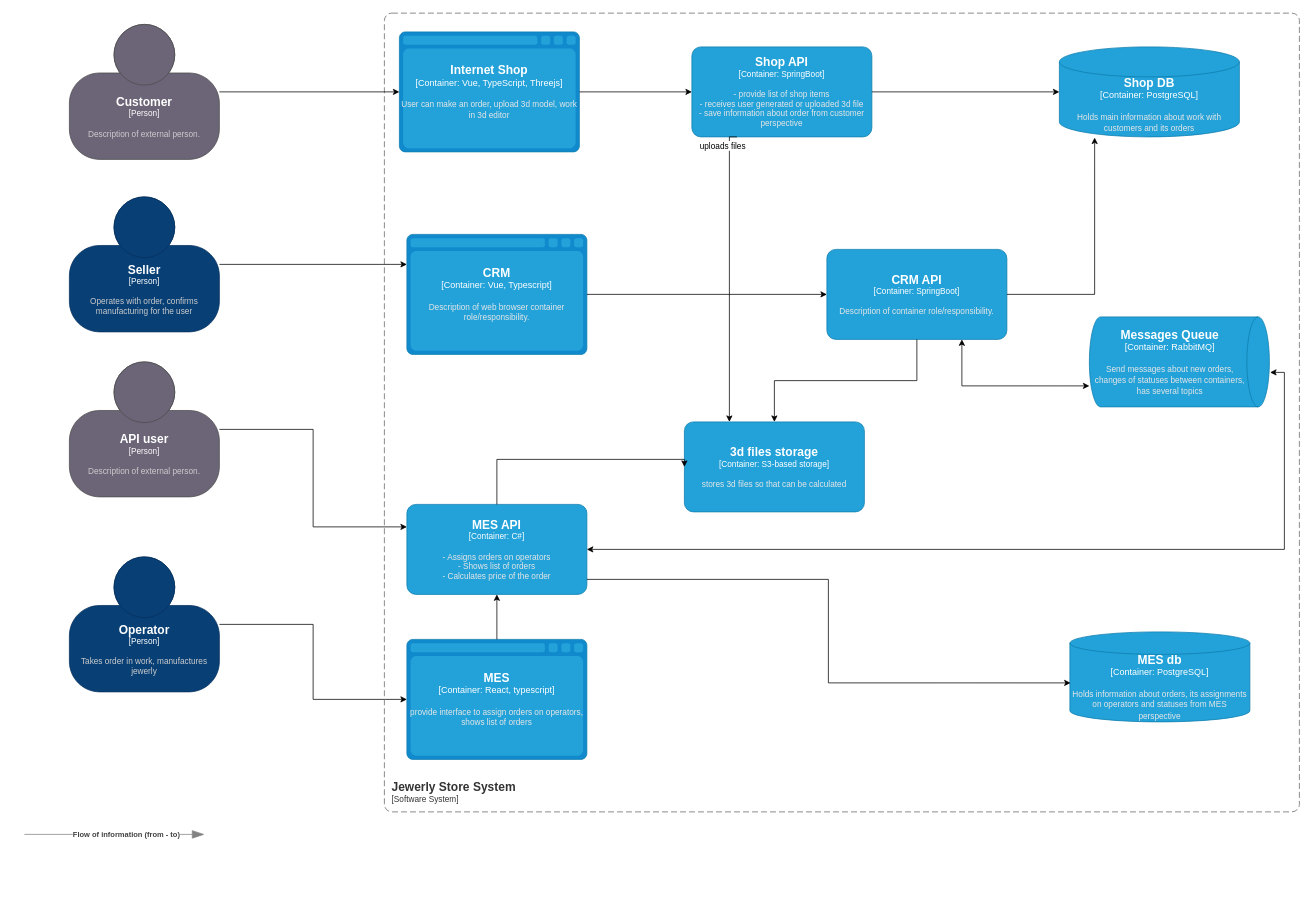
Earlier version of the draw.io diagram Task3/jewerly_c4_model.drawio (OlgaLotka/architecture-pro-alexandrite). Source tidied: cells renumbered, new cells numbered last; positions are measured from the earlier drawing's top-left corner, leaving out a move shared by most shapes. Both pictures are drawn from the tidied source at 75%, with x=0, y=0 at pixel (24, 13).
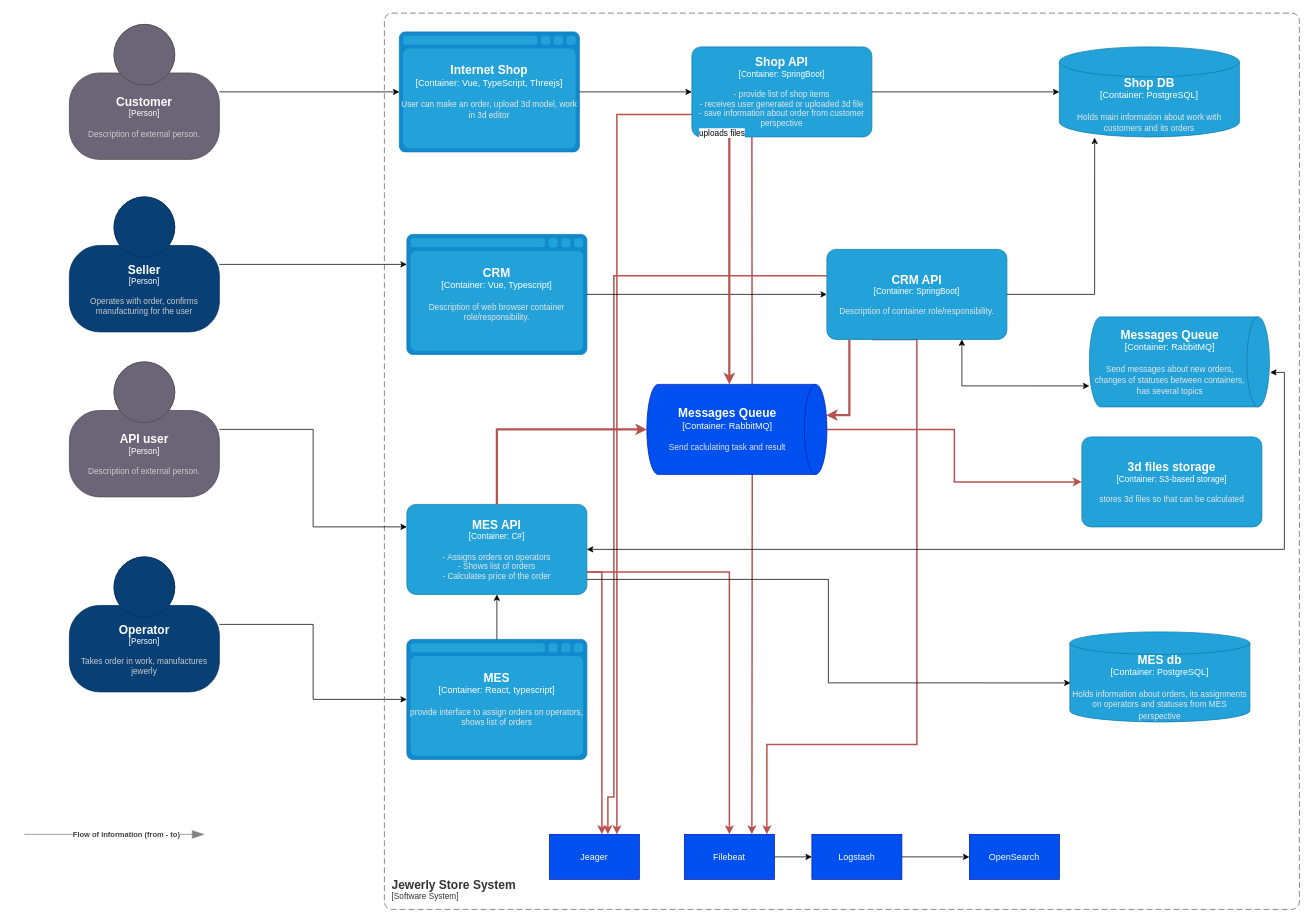
Above is the later version.

The change refers to these unchanged cells:
```xml
<object id="2" label="&lt;font style=&quot;font-size: 16px&quot;&gt;&lt;b&gt;%c4Name%&lt;/b&gt;&lt;/font&gt;&lt;div&gt;[%c4Type%: %c4Technology%]&lt;/div&gt;&lt;br&gt;&lt;div&gt;&lt;font style=&quot;font-size: 11px&quot;&gt;&lt;font color=&quot;#E6E6E6&quot;&gt;%c4Description%&lt;/font&gt;&lt;/div&gt;" c4Description="- Assigns orders on operators&#10;- Shows list of orders&#10;- Calculates price of the order" c4Name="MES API" c4Technology="C#" c4Type="Container" placeholders="1">
  <mxCell style="rounded=1;whiteSpace=wrap;html=1;fontSize=11;labelBackgroundColor=none;fillColor=#23A2D9;fontColor=#ffffff;align=center;arcSize=10;strokeColor=#0E7DAD;points=[[0.25,0,0],[0.5,0,0],[0.75,0,0],[1,0.25,0],[1,0.5,0],[1,0.75,0],[0.75,1,0],[0.5,1,0],[0.25,1,0],[0,0.75,0],[0,0.5,0],[0,0.25,0]];" parent="1" vertex="1">
    <mxGeometry x="510" y="655" width="240" height="120" as="geometry" />
  </mxCell>
</object>
<object id="10" label="&lt;font style=&quot;font-size: 16px&quot;&gt;&lt;b&gt;%c4Name%&lt;/b&gt;&lt;/font&gt;&lt;div&gt;[%c4Type%: %c4Technology%]&lt;/div&gt;&lt;br&gt;&lt;div&gt;&lt;font style=&quot;font-size: 11px&quot;&gt;&lt;font color=&quot;#E6E6E6&quot;&gt;%c4Description%&lt;/font&gt;&lt;/div&gt;" c4Description="- provide list of shop items&#10;- receives user generated or uploaded 3d file&#10;- save information about order from customer perspective&#10;" c4Name="Shop API" c4Technology="SpringBoot" c4Type="Container" placeholders="1">
  <mxCell style="rounded=1;whiteSpace=wrap;html=1;fontSize=11;labelBackgroundColor=none;fillColor=#23A2D9;fontColor=#ffffff;align=center;arcSize=10;strokeColor=#0E7DAD;points=[[0.25,0,0],[0.5,0,0],[0.75,0,0],[1,0.25,0],[1,0.5,0],[1,0.75,0],[0.75,1,0],[0.5,1,0],[0.25,1,0],[0,0.75,0],[0,0.5,0],[0,0.25,0]];" parent="1" vertex="1">
    <mxGeometry x="890" y="45" width="240" height="120" as="geometry" />
  </mxCell>
</object>
<object id="12" label="&lt;font style=&quot;font-size: 16px&quot;&gt;&lt;b&gt;%c4Name%&lt;/b&gt;&lt;/font&gt;&lt;div&gt;[%c4Type%: %c4Technology%]&lt;/div&gt;&lt;br&gt;&lt;div&gt;&lt;font style=&quot;font-size: 11px&quot;&gt;&lt;font color=&quot;#E6E6E6&quot;&gt;%c4Description%&lt;/font&gt;&lt;/div&gt;" c4Description="Description of container role/responsibility." c4Name="CRM API" c4Technology="SpringBoot" c4Type="Container" placeholders="1">
  <mxCell style="rounded=1;whiteSpace=wrap;html=1;fontSize=11;labelBackgroundColor=none;fillColor=#23A2D9;fontColor=#ffffff;align=center;arcSize=10;strokeColor=#0E7DAD;points=[[0.25,0,0],[0.5,0,0],[0.75,0,0],[1,0.25,0],[1,0.5,0],[1,0.75,0],[0.75,1,0],[0.5,1,0],[0.25,1,0],[0,0.75,0],[0,0.5,0],[0,0.25,0]];" parent="1" vertex="1">
    <mxGeometry x="1070" y="315" width="240" height="120" as="geometry" />
  </mxCell>
</object>
```

Change to the diagram source:
```diff
@@
+    <mxCell id="34" style="edgeStyle=orthogonalEdgeStyle;rounded=0;jettySize=auto;html=1;exitX=1;exitY=0.75;exitDx=0;exitDy=0;exitPerimeter=0;entryX=0.5;entryY=0;entryDx=0;entryDy=0;fillColor=#f8cecc;strokeColor=#b85450;strokeWidth=2;" parent="1" edge="1" source="2" target="44">
+      <mxGeometry relative="1" as="geometry" />
+    </mxCell>
+    <mxCell id="35" style="edgeStyle=orthogonalEdgeStyle;rounded=0;jettySize=auto;html=1;exitX=1;exitY=0.75;exitDx=0;exitDy=0;exitPerimeter=0;fillColor=#f8cecc;strokeColor=#b85450;strokeWidth=2;" parent="1" edge="1" source="2" target="47">
+      <mxGeometry relative="1" as="geometry">
+        <Array as="points">
+          <mxPoint x="770" y="745" />
+        </Array>
+      </mxGeometry>
+    </mxCell>
@@
+    <mxCell id="36" style="edgeStyle=orthogonalEdgeStyle;rounded=0;jettySize=auto;html=1;entryX=0.75;entryY=0;entryDx=0;entryDy=0;fillColor=#f8cecc;strokeColor=#b85450;strokeWidth=2;" parent="1" edge="1" target="44">
+      <mxGeometry relative="1" as="geometry">
+        <mxPoint x="970" y="162" as="sourcePoint" />
+      </mxGeometry>
+    </mxCell>
+    <mxCell id="37" style="edgeStyle=orthogonalEdgeStyle;rounded=0;jettySize=auto;html=1;exitX=0;exitY=0.75;exitDx=0;exitDy=0;exitPerimeter=0;entryX=0.75;entryY=0;entryDx=0;entryDy=0;fillColor=#f8cecc;strokeColor=#b85450;strokeWidth=2;" parent="1" edge="1" source="10" target="47">
+      <mxGeometry relative="1" as="geometry" />
+    </mxCell>
@@
+    <mxCell id="38" style="edgeStyle=orthogonalEdgeStyle;rounded=0;jettySize=auto;html=1;exitX=0.25;exitY=1;exitDx=0;exitDy=0;exitPerimeter=0;fillColor=#f8cecc;strokeColor=#b85450;strokeWidth=2;" parent="1" edge="1" source="12">
+      <mxGeometry relative="1" as="geometry">
+        <mxPoint x="990" y="1095" as="targetPoint" />
+        <Array as="points">
+          <mxPoint x="1190" y="435" />
+          <mxPoint x="1190" y="975" />
+          <mxPoint x="990" y="975" />
+        </Array>
+      </mxGeometry>
+    </mxCell>
+    <mxCell id="39" style="edgeStyle=orthogonalEdgeStyle;rounded=0;jettySize=auto;html=1;exitX=0;exitY=0.25;exitDx=0;exitDy=0;exitPerimeter=0;fillColor=#f8cecc;strokeColor=#b85450;strokeWidth=2;entryX=0.65;entryY=0;entryDx=0;entryDy=0;entryPerimeter=0;" parent="1" edge="1" target="47">
+      <mxGeometry relative="1" as="geometry">
+        <mxPoint x="1094.5" y="350" as="sourcePoint" />
+        <Array as="points">
+          <mxPoint x="786" y="350" />
+          <mxPoint x="786" y="1045" />
+          <mxPoint x="778" y="1045" />
+        </Array>
+      </mxGeometry>
+    </mxCell>
@@
     <object id="20" label="&lt;font style=&quot;font-size: 16px&quot;&gt;&lt;b&gt;&lt;div style=&quot;text-align: left&quot;&gt;%c4Name%&lt;/div&gt;&lt;/b&gt;&lt;/font&gt;&lt;div style=&quot;text-align: left&quot;&gt;[%c4Application%]&lt;/div&gt;" c4Application="Software System" c4Name="Jewerly Store System" placeholders="1">
       <mxCell style="rounded=1;fontSize=11;whiteSpace=wrap;html=1;dashed=1;arcSize=20;fillColor=none;strokeColor=#666666;fontColor=#333333;labelBackgroundColor=none;align=left;verticalAlign=bottom;labelBorderColor=none;spacingTop=0;spacing=10;dashPattern=8 4;perimeter=rectanglePerimeter;noLabel=0;labelPadding=0;absoluteArcSize=1;" parent="1" vertex="1">
-        <mxGeometry x="480" width="1220" height="1065" as="geometry" />
+        <mxGeometry x="480" width="1220" height="1195" as="geometry" />
       </mxCell>
     </object>
@@
-    <mxCell id="24" style="edgeStyle=orthogonalEdgeStyle;rounded=0;jettySize=auto;html=1;startArrow=classic;startFill=1;endArrow=none;endFill=0;" parent="1" edge="1" source="25" target="12">
-      <mxGeometry relative="1" as="geometry" />
+    <mxCell id="24" style="edgeStyle=orthogonalEdgeStyle;rounded=0;jettySize=auto;html=1;startArrow=classic;startFill=1;endArrow=none;endFill=0;exitX=0.342;exitY=0.004;exitDx=0;exitDy=0;exitPerimeter=0;fillColor=#f8cecc;strokeColor=#b85450;strokeWidth=3;" parent="1" edge="1" source="41" target="12">
+      <mxGeometry relative="1" as="geometry">
+        <Array as="points">
+          <mxPoint x="1100" y="536" />
+        </Array>
+      </mxGeometry>
     </mxCell>
     <object id="25" label="&lt;font style=&quot;font-size: 16px&quot;&gt;&lt;b&gt;%c4Name%&lt;/b&gt;&lt;/font&gt;&lt;div&gt;[%c4Type%: %c4Technology%]&lt;/div&gt;&lt;br&gt;&lt;div&gt;&lt;font style=&quot;font-size: 11px&quot;&gt;&lt;font color=&quot;#E6E6E6&quot;&gt;%c4Description%&lt;/font&gt;&lt;/div&gt;" c4Description="stores 3d files so that can be calculated" c4Name="3d files storage" c4Technology="S3-based storage" c4Type="Container" placeholders="1">
       <mxCell style="rounded=1;whiteSpace=wrap;html=1;fontSize=11;labelBackgroundColor=none;fillColor=#23A2D9;fontColor=#ffffff;align=center;arcSize=10;strokeColor=#0E7DAD;points=[[0.25,0,0],[0.5,0,0],[0.75,0,0],[1,0.25,0],[1,0.5,0],[1,0.75,0],[0.75,1,0],[0.5,1,0],[0.25,1,0],[0,0.75,0],[0,0.5,0],[0,0.25,0]];" parent="1" vertex="1">
-        <mxGeometry x="880" y="545" width="240" height="120" as="geometry" />
+        <mxGeometry x="1410" y="565" width="240" height="120" as="geometry" />
       </mxCell>
     </object>
-    <mxCell id="26" style="edgeStyle=orthogonalEdgeStyle;rounded=0;jettySize=auto;html=1;entryX=0;entryY=0.5;entryDx=0;entryDy=0;entryPerimeter=0;" parent="1" edge="1" source="2" target="25">
+    <mxCell id="26" style="edgeStyle=orthogonalEdgeStyle;rounded=0;jettySize=auto;html=1;fillColor=#f8cecc;strokeColor=#b85450;strokeWidth=3;" parent="1" edge="1" source="2">
       <mxGeometry relative="1" as="geometry">
+        <mxPoint x="830" y="555" as="targetPoint" />
         <Array as="points">
-          <mxPoint x="630" y="595" />
+          <mxPoint x="630" y="555" />
         </Array>
       </mxGeometry>
     </mxCell>
-    <mxCell id="27" style="edgeStyle=orthogonalEdgeStyle;rounded=0;jettySize=auto;html=1;entryX=0.25;entryY=0;entryDx=0;entryDy=0;entryPerimeter=0;exitX=0.25;exitY=1;exitDx=0;exitDy=0;exitPerimeter=0;" parent="1" edge="1" source="10" target="25">
+    <mxCell id="27" style="edgeStyle=orthogonalEdgeStyle;rounded=0;jettySize=auto;html=1;exitX=0.25;exitY=1;exitDx=0;exitDy=0;exitPerimeter=0;fillColor=#f8cecc;strokeColor=#b85450;strokeWidth=3;entryX=0;entryY=0.542;entryDx=0;entryDy=0;entryPerimeter=0;" parent="1" edge="1" source="10" target="41">
       <mxGeometry relative="1" as="geometry">
         <Array as="points">
           <mxPoint x="940" y="165" />
         </Array>
       </mxGeometry>
     </mxCell>
@@
+    <mxCell id="40" style="edgeStyle=orthogonalEdgeStyle;rounded=0;jettySize=auto;html=1;fillColor=#f8cecc;strokeColor=#b85450;strokeWidth=2;" parent="1" edge="1" source="41" target="25">
+      <mxGeometry relative="1" as="geometry" />
+    </mxCell>
+    <object id="41" label="&lt;font style=&quot;font-size: 16px&quot;&gt;&lt;b&gt;%c4Name%&lt;/b&gt;&lt;/font&gt;&lt;div&gt;[%c4Type%:&amp;nbsp;%c4Technology%]&lt;/div&gt;&lt;br&gt;&lt;div&gt;&lt;font style=&quot;font-size: 11px&quot;&gt;&lt;font color=&quot;#E6E6E6&quot;&gt;%c4Description%&lt;/font&gt;&lt;/div&gt;" c4Description="Send caclulating task and result" c4Name="Messages Queue" c4Technology="RabbitMQ" c4Type="Container" placeholders="1">
+      <mxCell style="shape=cylinder3;size=15;direction=south;whiteSpace=wrap;html=1;boundedLbl=1;rounded=0;labelBackgroundColor=none;fillColor=#0050ef;fontSize=12;align=center;strokeColor=#001DBC;points=[[0.5,0,0],[1,0.25,0],[1,0.5,0],[1,0.75,0],[0.5,1,0],[0,0.75,0],[0,0.5,0],[0,0.25,0]];fontColor=#ffffff;" parent="1" vertex="1">
+        <mxGeometry x="830" y="495" width="240" height="120" as="geometry" />
+      </mxCell>
+    </object>
+    <mxCell id="42" value="OpenSearch" style="rounded=0;whiteSpace=wrap;html=1;strokeColor=#001DBC;align=center;verticalAlign=middle;fontFamily=Helvetica;fontSize=12;fontColor=#ffffff;labelBackgroundColor=none;fillColor=#0050ef;" parent="1" vertex="1">
+      <mxGeometry x="1260" y="1095" width="120" height="60" as="geometry" />
+    </mxCell>
+    <mxCell id="43" style="edgeStyle=orthogonalEdgeStyle;rounded=0;jettySize=auto;html=1;" parent="1" edge="1" source="44" target="46">
+      <mxGeometry relative="1" as="geometry" />
+    </mxCell>
+    <mxCell id="44" value="Filebeat" style="rounded=0;whiteSpace=wrap;html=1;strokeColor=#001DBC;align=center;verticalAlign=middle;fontFamily=Helvetica;fontSize=12;fontColor=#ffffff;labelBackgroundColor=none;fillColor=#0050ef;" parent="1" vertex="1">
+      <mxGeometry x="880" y="1095" width="120" height="60" as="geometry" />
+    </mxCell>
+    <mxCell id="45" style="edgeStyle=orthogonalEdgeStyle;rounded=0;jettySize=auto;html=1;exitX=1;exitY=0.5;exitDx=0;exitDy=0;" parent="1" edge="1" source="46" target="42">
+      <mxGeometry relative="1" as="geometry" />
+    </mxCell>
+    <mxCell id="46" value="Logstash" style="rounded=0;whiteSpace=wrap;html=1;strokeColor=#001DBC;align=center;verticalAlign=middle;fontFamily=Helvetica;fontSize=12;fontColor=#ffffff;labelBackgroundColor=none;fillColor=#0050ef;" parent="1" vertex="1">
+      <mxGeometry x="1050" y="1095" width="120" height="60" as="geometry" />
+    </mxCell>
+    <mxCell id="47" value="Jeager" style="rounded=0;whiteSpace=wrap;html=1;strokeColor=#001DBC;align=center;verticalAlign=middle;fontFamily=Helvetica;fontSize=12;fontColor=#ffffff;labelBackgroundColor=none;fillColor=#0050ef;" parent="1" vertex="1">
+      <mxGeometry x="700" y="1095" width="120" height="60" as="geometry" />
+    </mxCell>
```
